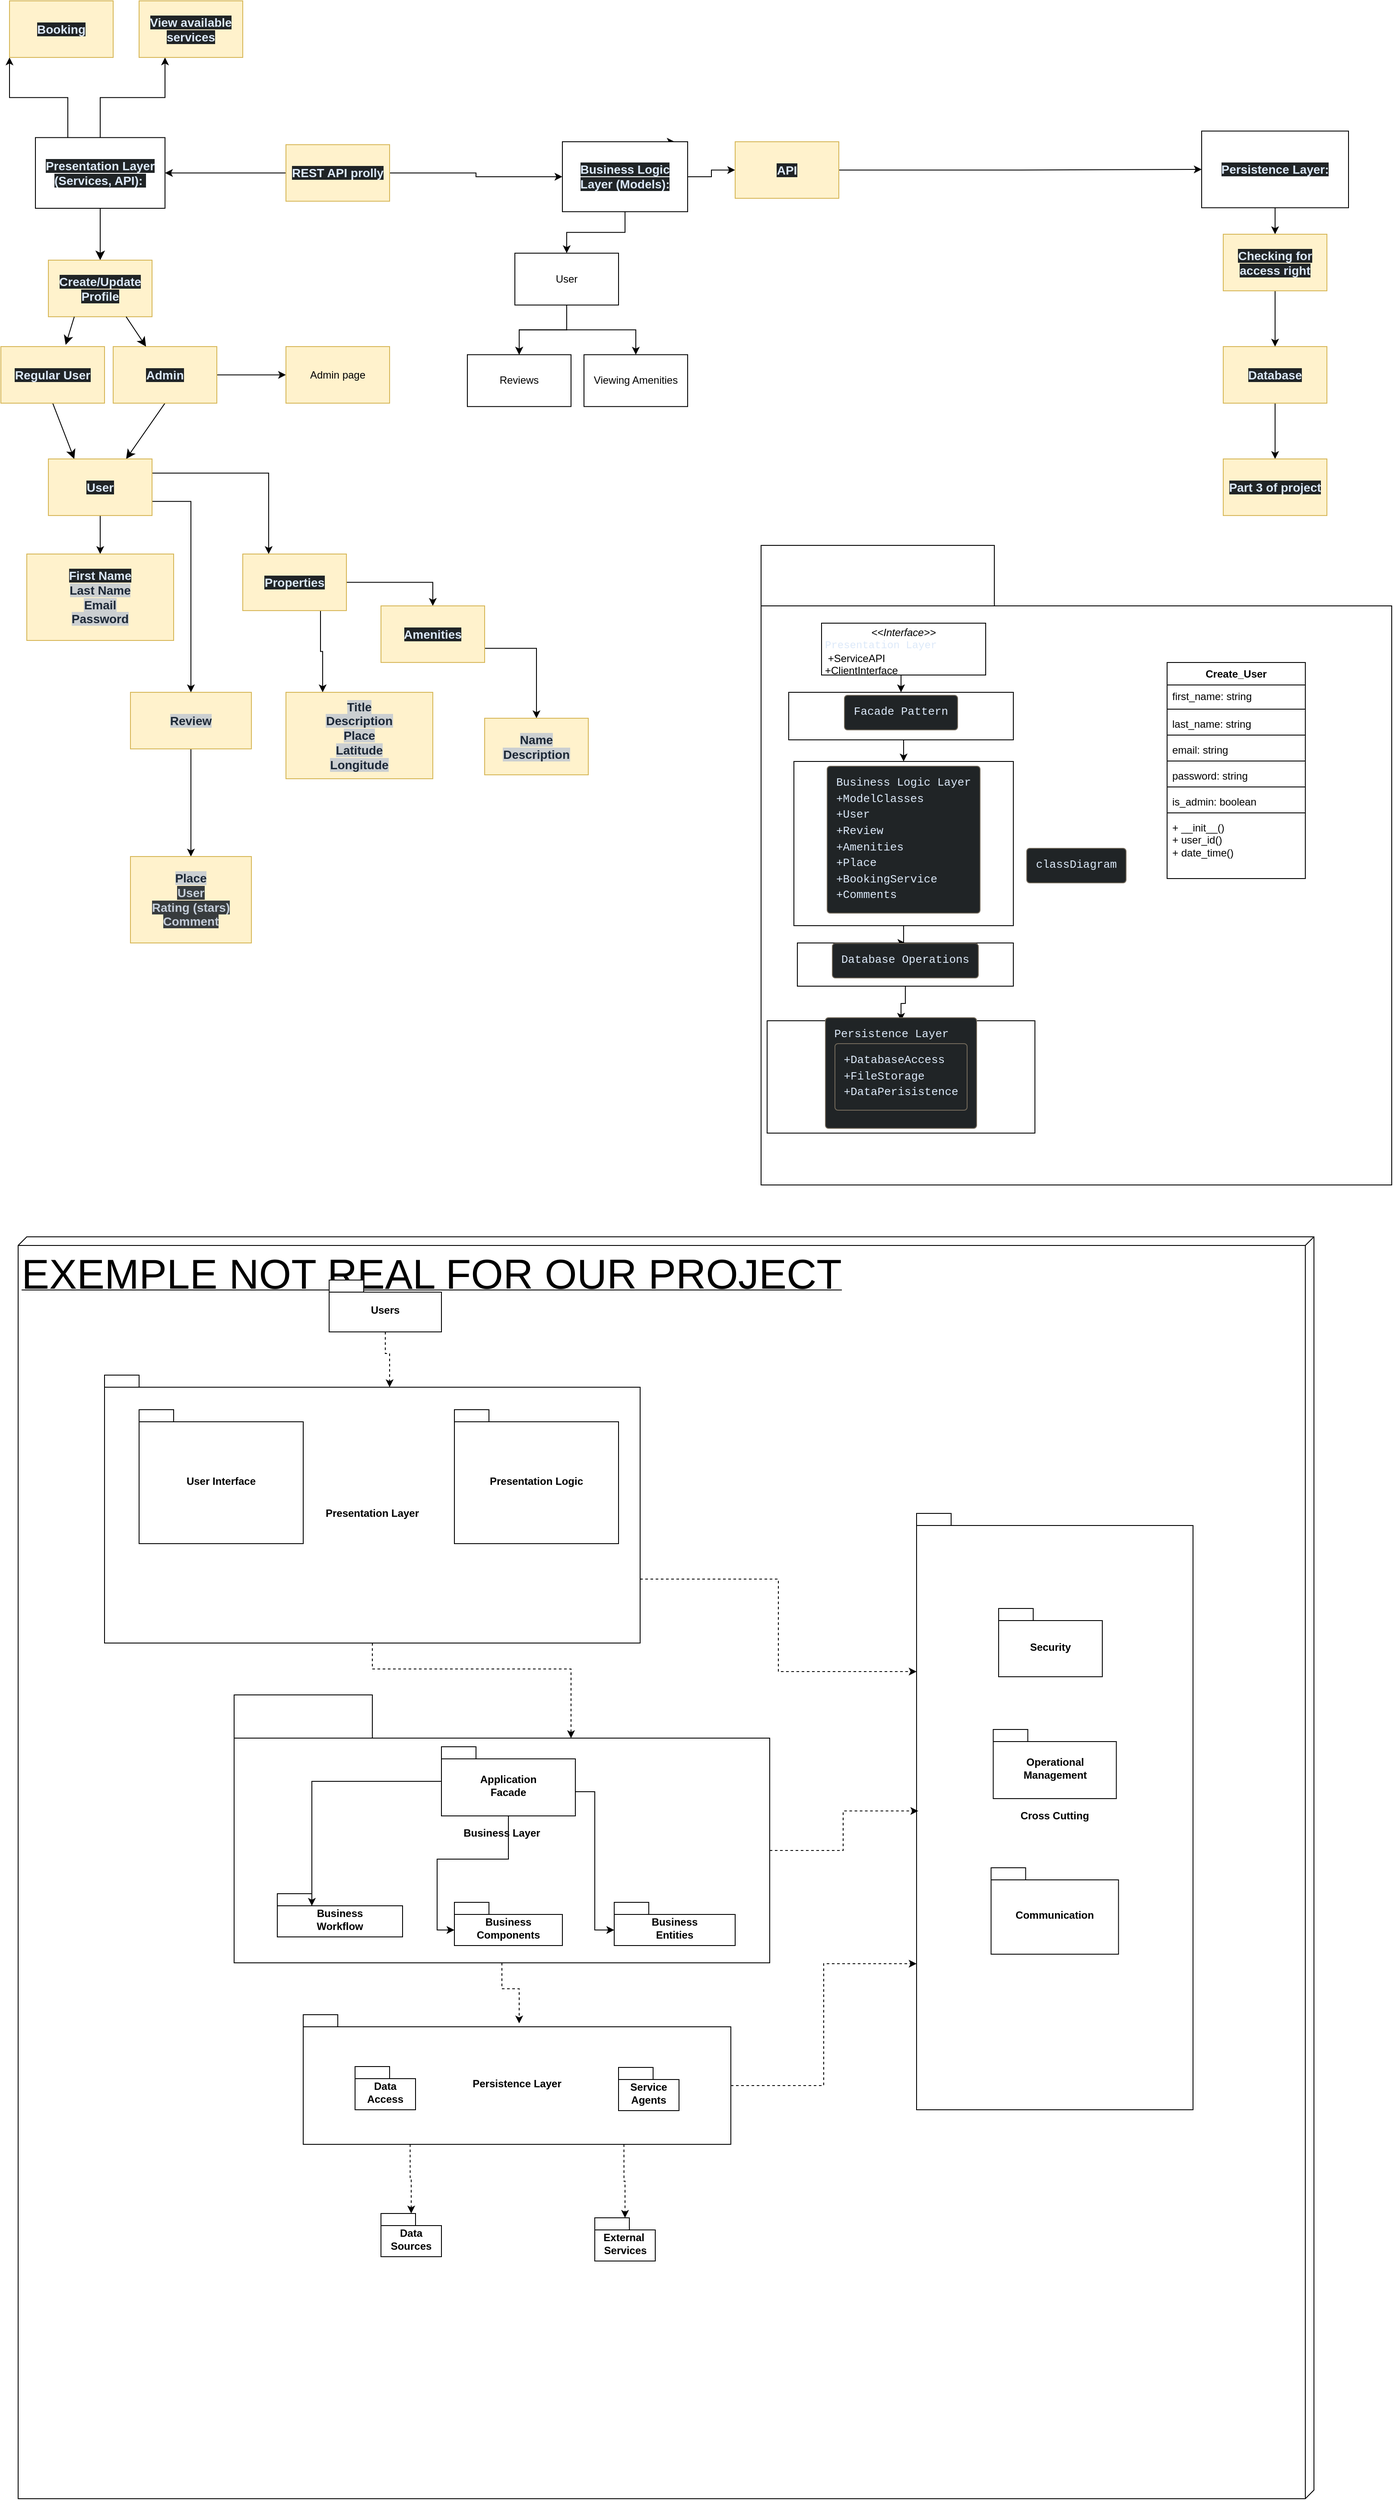
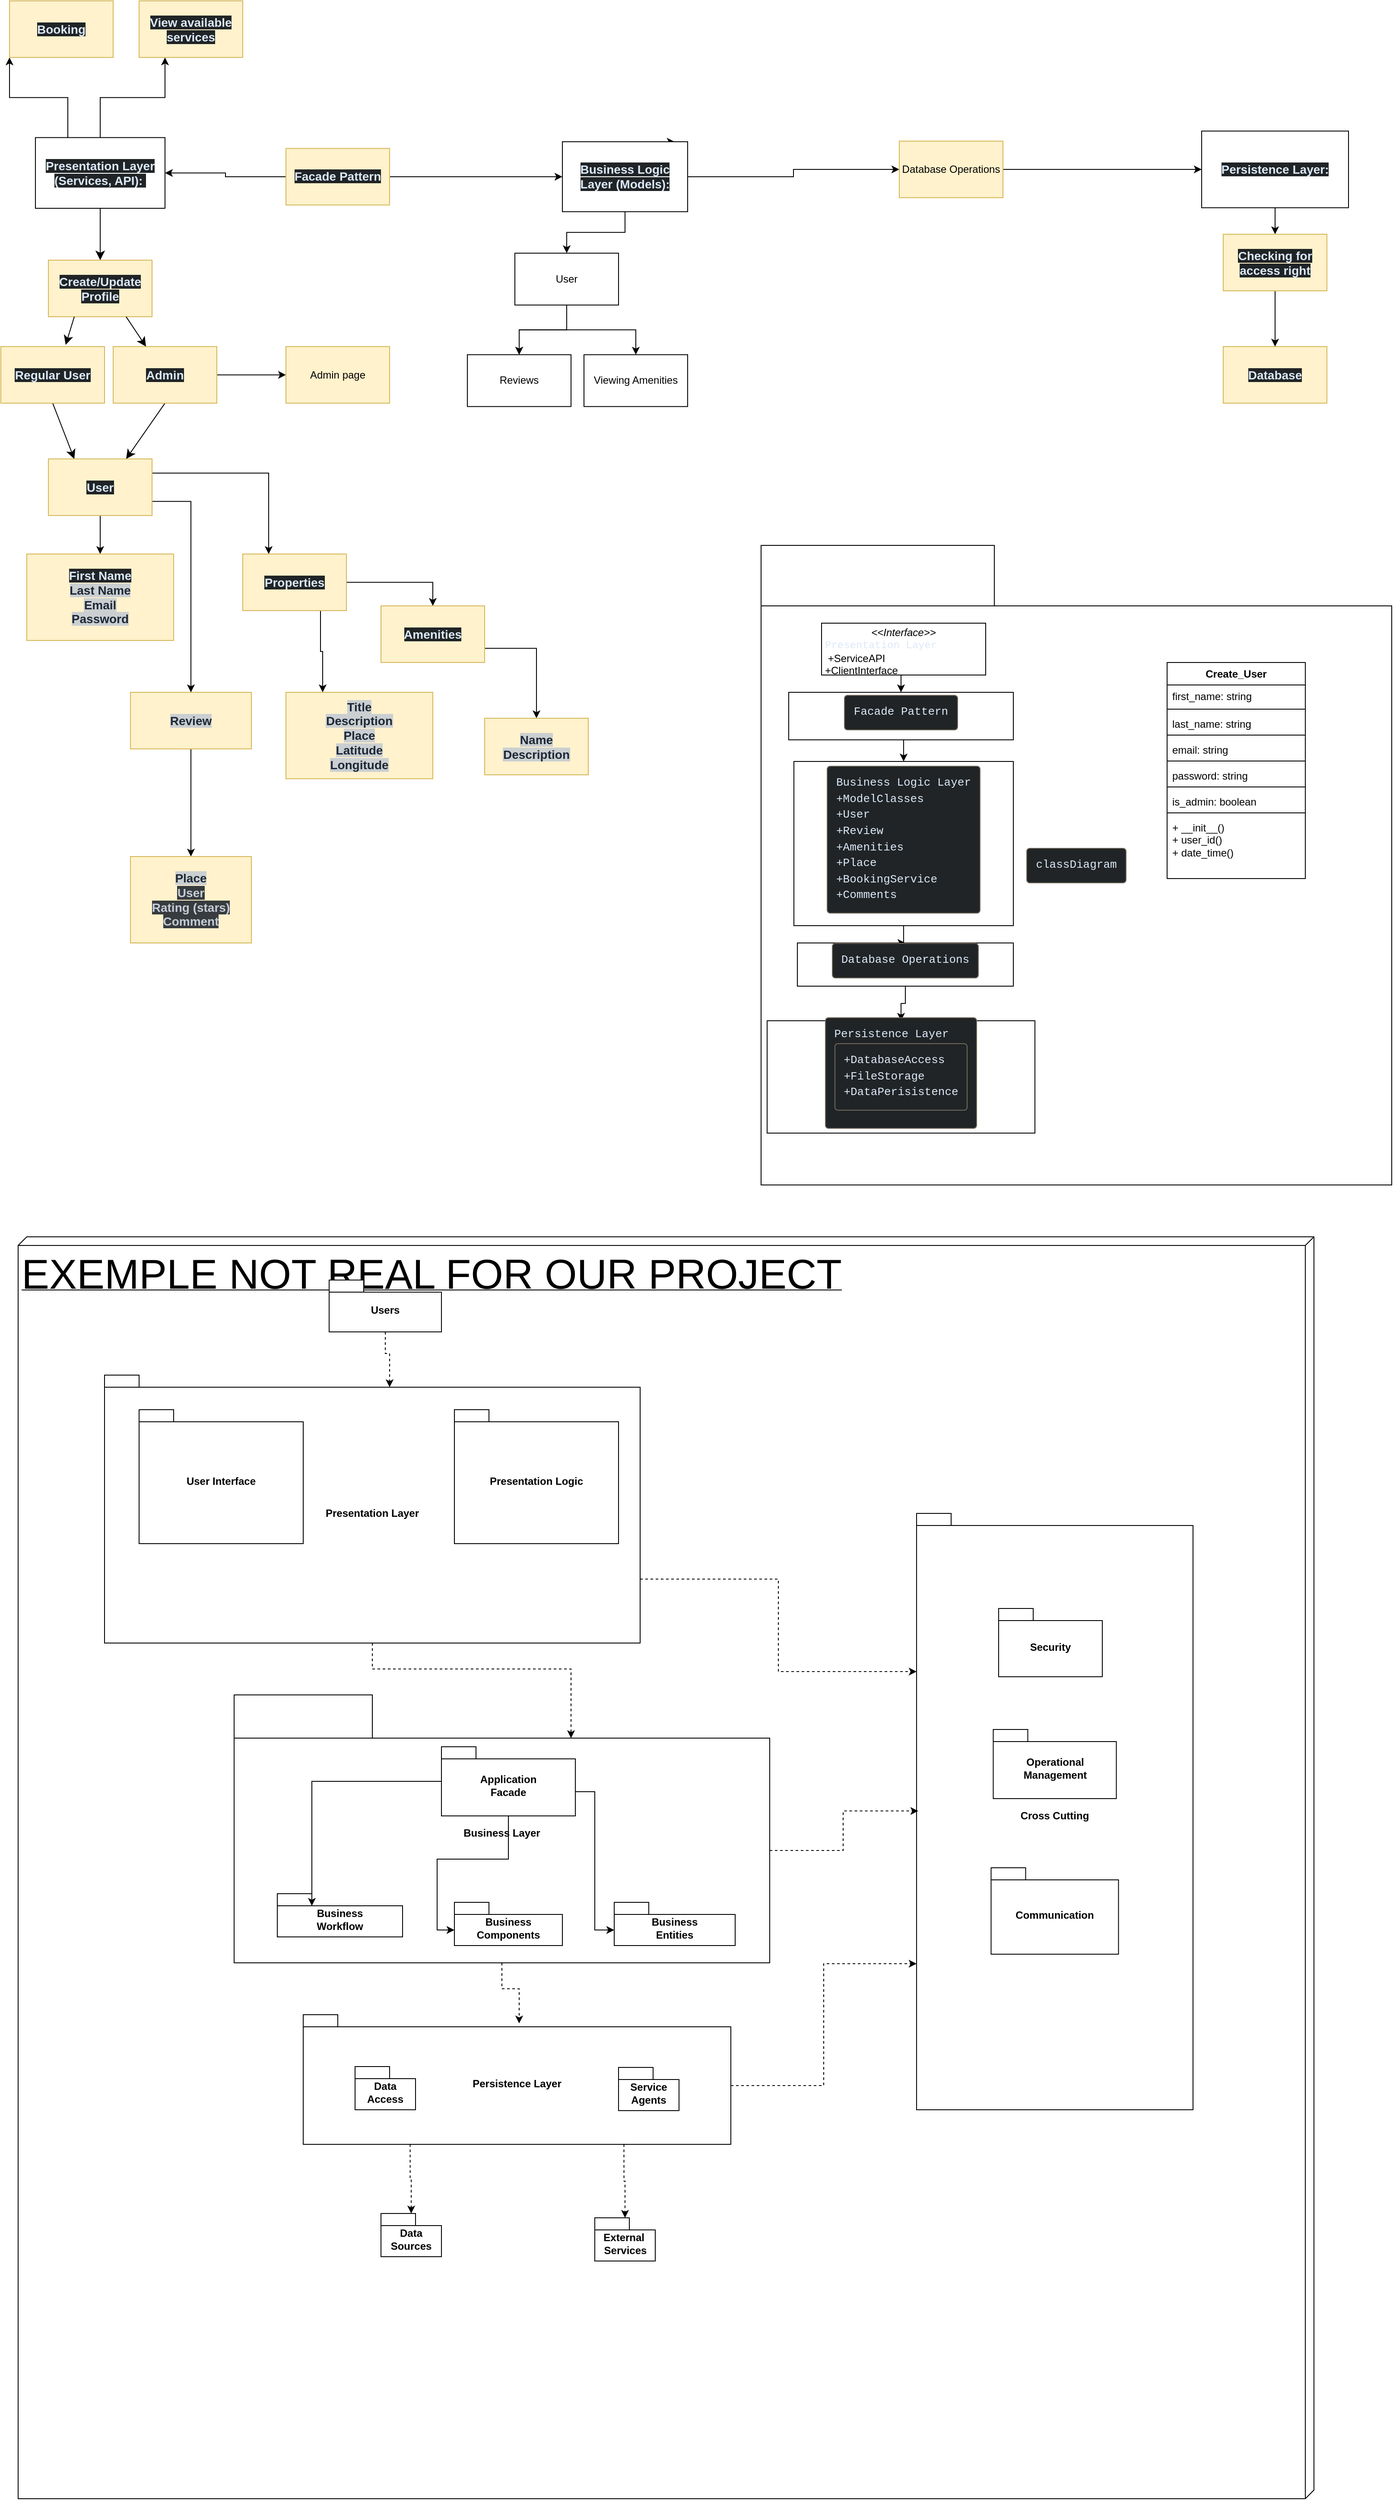
<mxfile host="app.diagrams.net">
  <diagram name="Page-1" id="-YqvBdWR7zro55ob8_1u">
-     <mxGraphModel dx="2511" dy="1367" grid="1" gridSize="10" guides="1" tooltips="1" connect="1" arrows="1" fold="1" page="1" pageScale="1" pageWidth="850" pageHeight="1100" math="0" shadow="0">
+     <mxGraphModel dx="1704" dy="840" grid="1" gridSize="10" guides="1" tooltips="1" connect="1" arrows="1" fold="1" page="1" pageScale="1" pageWidth="850" pageHeight="1100" math="0" shadow="0">
      <root>
        <mxCell id="0" />
        <mxCell id="1" parent="0" />
        <mxCell id="ak4_qq2vWhMhYVfdcJaX-1" parent="1" style="verticalAlign=top;align=left;spacingTop=8;spacingLeft=2;spacingRight=12;shape=cube;size=10;direction=south;fontStyle=4;html=1;whiteSpace=wrap;" value="&lt;font style=&quot;font-size: 48px;&quot;&gt;EXEMPLE NOT REAL FOR OUR PROJECT&lt;/font&gt;" vertex="1">
          <mxGeometry height="1460" width="1500" x="20" y="1530" as="geometry" />
        </mxCell>
        <mxCell id="Xk1fa7zEFvqhqLaLLcKz-15" parent="1" style="shape=folder;fontStyle=1;spacingTop=10;tabWidth=270;tabHeight=70;tabPosition=left;html=1;whiteSpace=wrap;" value="&lt;pre style=&quot;box-sizing: border-box; overflow: auto; font-family: Menlo, Monaco, Consolas, &amp;quot;Courier New&amp;quot;, monospace; font-size: 13px; margin: 0px 0px 10px; line-height: 1.42857; color: rgb(220, 233, 249); word-break: break-all; overflow-wrap: break-word; border-width: 1px; border-style: solid; border-image: initial; scrollbar-color: rgb(95, 99, 104) rgb(49, 54, 60); font-weight: 400; text-align: start; padding: 10px !important; background-color: rgb(32, 36, 38) !important; border-color: rgb(114, 105, 91) !important; border-radius: 4px !important;&quot;&gt;&lt;code class=&quot;mermaid language-mermaid&quot; style=&quot;box-sizing: border-box; font-family: Menlo, Monaco, Consolas, &amp;quot;Courier New&amp;quot;, monospace; font-size: inherit; padding: 0px; border-radius: 0px; white-space: pre-wrap; scrollbar-color: rgb(95, 99, 104) rgb(49, 54, 60); background-color: transparent !important;&quot;&gt;classDiagram&lt;/code&gt;&lt;/pre&gt;" vertex="1">
          <mxGeometry height="740" width="730" x="880" y="730" as="geometry" />
        </mxCell>
        <mxCell id="knfjWByLyRWuwcYY4K55-11" edge="1" parent="1" source="hUDn5ZNKDxH-Q9J3WyCt-1" style="edgeStyle=none;curved=1;rounded=0;orthogonalLoop=1;jettySize=auto;html=1;exitX=0.5;exitY=1;exitDx=0;exitDy=0;fontSize=12;startSize=8;endSize=8;" target="knfjWByLyRWuwcYY4K55-1">
          <mxGeometry relative="1" as="geometry" />
        </mxCell>
        <mxCell id="nrL1aRvaP8A3k5mvhdIb-1" edge="1" parent="1" source="hUDn5ZNKDxH-Q9J3WyCt-1" style="edgeStyle=orthogonalEdgeStyle;rounded=0;orthogonalLoop=1;jettySize=auto;html=1;exitX=0.25;exitY=0;exitDx=0;exitDy=0;entryX=0;entryY=1;entryDx=0;entryDy=0;" target="nDmQYND_-jVZAFU5oeKq-2">
          <mxGeometry relative="1" as="geometry" />
        </mxCell>
        <mxCell id="nrL1aRvaP8A3k5mvhdIb-2" edge="1" parent="1" source="hUDn5ZNKDxH-Q9J3WyCt-1" style="edgeStyle=orthogonalEdgeStyle;rounded=0;orthogonalLoop=1;jettySize=auto;html=1;exitX=0.5;exitY=0;exitDx=0;exitDy=0;entryX=0.25;entryY=1;entryDx=0;entryDy=0;" target="nDmQYND_-jVZAFU5oeKq-3">
          <mxGeometry relative="1" as="geometry" />
        </mxCell>
        <mxCell id="hUDn5ZNKDxH-Q9J3WyCt-1" parent="1" style="rounded=0;whiteSpace=wrap;html=1;" value="&lt;strong style=&quot;box-sizing: border-box; font-weight: bold; scrollbar-color: rgb(95, 99, 104) rgb(49, 54, 60); color: rgb(220, 233, 249); font-family: aktiv-grotesk, sans-serif; font-size: 14px; text-align: start; background-color: rgb(32, 36, 38);&quot;&gt;Presentation Layer (Services, API):&lt;/strong&gt;&lt;span style=&quot;color: rgb(220, 233, 249); font-family: aktiv-grotesk, sans-serif; font-size: 14px; text-align: start; background-color: rgb(32, 36, 38);&quot;&gt;&amp;nbsp;&lt;/span&gt;" vertex="1">
          <mxGeometry height="81.82" width="150" x="40" y="258.18" as="geometry" />
        </mxCell>
        <mxCell id="nrL1aRvaP8A3k5mvhdIb-28" edge="1" parent="1" source="hUDn5ZNKDxH-Q9J3WyCt-2" style="edgeStyle=orthogonalEdgeStyle;rounded=0;orthogonalLoop=1;jettySize=auto;html=1;exitX=0.75;exitY=0;exitDx=0;exitDy=0;">
          <mxGeometry relative="1" as="geometry">
            <mxPoint x="780" y="262.92" as="targetPoint" />
          </mxGeometry>
        </mxCell>
        <mxCell id="nrL1aRvaP8A3k5mvhdIb-29" edge="1" parent="1" source="hUDn5ZNKDxH-Q9J3WyCt-2" style="edgeStyle=orthogonalEdgeStyle;rounded=0;orthogonalLoop=1;jettySize=auto;html=1;exitX=1;exitY=0.5;exitDx=0;exitDy=0;entryX=0;entryY=0.5;entryDx=0;entryDy=0;" target="nrL1aRvaP8A3k5mvhdIb-25">
          <mxGeometry relative="1" as="geometry" />
        </mxCell>
        <mxCell id="IQe30unK_AcWwb2UXMVU-2" edge="1" parent="1" source="hUDn5ZNKDxH-Q9J3WyCt-2" style="edgeStyle=orthogonalEdgeStyle;rounded=0;orthogonalLoop=1;jettySize=auto;html=1;" target="IQe30unK_AcWwb2UXMVU-1" value="">
          <mxGeometry relative="1" as="geometry" />
        </mxCell>
        <mxCell id="hUDn5ZNKDxH-Q9J3WyCt-2" parent="1" style="rounded=0;whiteSpace=wrap;html=1;" value="&lt;strong style=&quot;box-sizing: border-box; font-weight: bold; scrollbar-color: rgb(95, 99, 104) rgb(49, 54, 60); color: rgb(220, 233, 249); font-family: aktiv-grotesk, sans-serif; font-size: 14px; text-align: start; background-color: rgb(32, 36, 38);&quot;&gt;Business Logic Layer (Models):&lt;/strong&gt;" vertex="1">
          <mxGeometry height="80.93" width="145" x="650" y="262.99" as="geometry" />
        </mxCell>
        <mxCell id="lqWkxY9uZ9eT4ogvRrYx-3" edge="1" parent="1" source="hUDn5ZNKDxH-Q9J3WyCt-3" style="edgeStyle=orthogonalEdgeStyle;rounded=0;orthogonalLoop=1;jettySize=auto;html=1;exitX=0.5;exitY=1;exitDx=0;exitDy=0;entryX=0.5;entryY=0;entryDx=0;entryDy=0;" target="lqWkxY9uZ9eT4ogvRrYx-2">
          <mxGeometry relative="1" as="geometry" />
        </mxCell>
        <mxCell id="hUDn5ZNKDxH-Q9J3WyCt-3" parent="1" style="rounded=0;whiteSpace=wrap;html=1;" value="&lt;strong style=&quot;box-sizing: border-box; font-weight: bold; scrollbar-color: rgb(95, 99, 104) rgb(49, 54, 60); color: rgb(220, 233, 249); font-family: aktiv-grotesk, sans-serif; font-size: 14px; text-align: start; background-color: rgb(32, 36, 38);&quot;&gt;Persistence Layer:&lt;/strong&gt;" vertex="1">
          <mxGeometry height="88.7" width="170" x="1390" y="250.65" as="geometry" />
        </mxCell>
        <mxCell id="nDmQYND_-jVZAFU5oeKq-2" parent="1" style="rounded=0;whiteSpace=wrap;html=1;fillColor=#fff2cc;strokeColor=#d6b656;" value="&lt;div style=&quot;text-align: start;&quot;&gt;&lt;font color=&quot;#dce9f9&quot; face=&quot;aktiv-grotesk, sans-serif&quot;&gt;&lt;span style=&quot;font-size: 14px; background-color: rgb(32, 36, 38);&quot;&gt;&lt;b&gt;Booking&lt;/b&gt;&lt;/span&gt;&lt;/font&gt;&lt;/div&gt;" vertex="1">
          <mxGeometry height="65.46" width="120" x="10" y="100" as="geometry" />
        </mxCell>
        <mxCell id="nDmQYND_-jVZAFU5oeKq-3" parent="1" style="rounded=0;whiteSpace=wrap;html=1;align=center;fillColor=#fff2cc;strokeColor=#d6b656;" value="&lt;div style=&quot;&quot;&gt;&lt;font color=&quot;#dce9f9&quot; face=&quot;aktiv-grotesk, sans-serif&quot;&gt;&lt;span style=&quot;font-size: 14px; background-color: rgb(32, 36, 38);&quot;&gt;&lt;b&gt;View available services&lt;/b&gt;&lt;/span&gt;&lt;/font&gt;&lt;/div&gt;" vertex="1">
          <mxGeometry height="65.46" width="120" x="160" y="100.00000000000003" as="geometry" />
        </mxCell>
        <mxCell id="bphd-XHS044pXj_6YrF3-2" edge="1" parent="1" source="nDmQYND_-jVZAFU5oeKq-4" style="edgeStyle=orthogonalEdgeStyle;rounded=0;orthogonalLoop=1;jettySize=auto;html=1;exitX=0.5;exitY=1;exitDx=0;exitDy=0;entryX=0.5;entryY=0;entryDx=0;entryDy=0;" target="bphd-XHS044pXj_6YrF3-1">
          <mxGeometry relative="1" as="geometry" />
        </mxCell>
        <mxCell id="nDmQYND_-jVZAFU5oeKq-4" parent="1" style="rounded=0;whiteSpace=wrap;html=1;align=center;fillColor=#fff2cc;strokeColor=#d6b656;" value="&lt;div style=&quot;&quot;&gt;&lt;font color=&quot;#1d2836&quot; face=&quot;aktiv-grotesk, sans-serif&quot;&gt;&lt;span style=&quot;font-size: 14px; background-color: rgb(203, 207, 209);&quot;&gt;&lt;b&gt;Review&lt;/b&gt;&lt;/span&gt;&lt;/font&gt;&lt;/div&gt;" vertex="1">
          <mxGeometry height="65.46" width="140" x="150" y="900" as="geometry" />
        </mxCell>
        <mxCell id="knfjWByLyRWuwcYY4K55-1" parent="1" style="rounded=0;whiteSpace=wrap;html=1;align=center;fillColor=#fff2cc;strokeColor=#d6b656;" value="&lt;div style=&quot;&quot;&gt;&lt;font color=&quot;#dce9f9&quot; face=&quot;aktiv-grotesk, sans-serif&quot;&gt;&lt;span style=&quot;font-size: 14px; background-color: rgb(32, 36, 38);&quot;&gt;&lt;b&gt;Create/Update Profile&lt;/b&gt;&lt;/span&gt;&lt;/font&gt;&lt;/div&gt;" vertex="1">
          <mxGeometry height="65.46" width="120" x="55" y="400" as="geometry" />
        </mxCell>
        <mxCell id="knfjWByLyRWuwcYY4K55-12" edge="1" parent="1" source="knfjWByLyRWuwcYY4K55-3" style="edgeStyle=none;curved=1;rounded=0;orthogonalLoop=1;jettySize=auto;html=1;exitX=0.5;exitY=1;exitDx=0;exitDy=0;entryX=0.25;entryY=0;entryDx=0;entryDy=0;fontSize=12;startSize=8;endSize=8;" target="knfjWByLyRWuwcYY4K55-7">
          <mxGeometry relative="1" as="geometry" />
        </mxCell>
        <mxCell id="knfjWByLyRWuwcYY4K55-3" parent="1" style="rounded=0;whiteSpace=wrap;html=1;align=center;fillColor=#fff2cc;strokeColor=#d6b656;" value="&lt;div style=&quot;&quot;&gt;&lt;font color=&quot;#dce9f9&quot; face=&quot;aktiv-grotesk, sans-serif&quot;&gt;&lt;span style=&quot;font-size: 14px; background-color: rgb(32, 36, 38);&quot;&gt;&lt;b&gt;Regular User&lt;/b&gt;&lt;/span&gt;&lt;/font&gt;&lt;/div&gt;" vertex="1">
          <mxGeometry height="65.46" width="120" y="500" as="geometry" />
        </mxCell>
        <mxCell id="knfjWByLyRWuwcYY4K55-13" edge="1" parent="1" source="knfjWByLyRWuwcYY4K55-4" style="edgeStyle=none;curved=1;rounded=0;orthogonalLoop=1;jettySize=auto;html=1;exitX=0.5;exitY=1;exitDx=0;exitDy=0;entryX=0.75;entryY=0;entryDx=0;entryDy=0;fontSize=12;startSize=8;endSize=8;" target="knfjWByLyRWuwcYY4K55-7">
          <mxGeometry relative="1" as="geometry" />
        </mxCell>
        <mxCell id="aWwyGlZGmxZRMDZtTTIC-5" edge="1" parent="1" source="knfjWByLyRWuwcYY4K55-4" style="edgeStyle=orthogonalEdgeStyle;rounded=0;orthogonalLoop=1;jettySize=auto;html=1;" target="aWwyGlZGmxZRMDZtTTIC-4" value="">
          <mxGeometry relative="1" as="geometry" />
        </mxCell>
        <mxCell id="knfjWByLyRWuwcYY4K55-4" parent="1" style="rounded=0;whiteSpace=wrap;html=1;align=center;fillColor=#fff2cc;strokeColor=#d6b656;" value="&lt;div style=&quot;&quot;&gt;&lt;font color=&quot;#dce9f9&quot; face=&quot;aktiv-grotesk, sans-serif&quot;&gt;&lt;span style=&quot;font-size: 14px; background-color: rgb(32, 36, 38);&quot;&gt;&lt;b&gt;Admin&lt;/b&gt;&lt;/span&gt;&lt;/font&gt;&lt;/div&gt;" vertex="1">
          <mxGeometry height="65.46" width="120" x="130" y="500" as="geometry" />
        </mxCell>
        <mxCell id="knfjWByLyRWuwcYY4K55-5" edge="1" parent="1" source="knfjWByLyRWuwcYY4K55-1" style="edgeStyle=none;curved=1;rounded=0;orthogonalLoop=1;jettySize=auto;html=1;exitX=0.25;exitY=1;exitDx=0;exitDy=0;entryX=0.625;entryY=-0.031;entryDx=0;entryDy=0;entryPerimeter=0;fontSize=12;startSize=8;endSize=8;" target="knfjWByLyRWuwcYY4K55-3">
          <mxGeometry relative="1" as="geometry" />
        </mxCell>
        <mxCell id="knfjWByLyRWuwcYY4K55-6" edge="1" parent="1" source="knfjWByLyRWuwcYY4K55-1" style="edgeStyle=none;curved=1;rounded=0;orthogonalLoop=1;jettySize=auto;html=1;exitX=0.75;exitY=1;exitDx=0;exitDy=0;entryX=0.317;entryY=0;entryDx=0;entryDy=0;entryPerimeter=0;fontSize=12;startSize=8;endSize=8;" target="knfjWByLyRWuwcYY4K55-4">
          <mxGeometry relative="1" as="geometry" />
        </mxCell>
        <mxCell id="nrL1aRvaP8A3k5mvhdIb-16" edge="1" parent="1" source="knfjWByLyRWuwcYY4K55-7" style="edgeStyle=orthogonalEdgeStyle;rounded=0;orthogonalLoop=1;jettySize=auto;html=1;exitX=0.5;exitY=1;exitDx=0;exitDy=0;entryX=0.5;entryY=0;entryDx=0;entryDy=0;" target="nrL1aRvaP8A3k5mvhdIb-10">
          <mxGeometry relative="1" as="geometry" />
        </mxCell>
        <mxCell id="nrL1aRvaP8A3k5mvhdIb-18" edge="1" parent="1" source="knfjWByLyRWuwcYY4K55-7" style="edgeStyle=orthogonalEdgeStyle;rounded=0;orthogonalLoop=1;jettySize=auto;html=1;exitX=1;exitY=0.75;exitDx=0;exitDy=0;entryX=0.5;entryY=0;entryDx=0;entryDy=0;" target="nDmQYND_-jVZAFU5oeKq-4">
          <mxGeometry relative="1" as="geometry" />
        </mxCell>
        <mxCell id="nrL1aRvaP8A3k5mvhdIb-19" edge="1" parent="1" source="knfjWByLyRWuwcYY4K55-7" style="edgeStyle=orthogonalEdgeStyle;rounded=0;orthogonalLoop=1;jettySize=auto;html=1;exitX=1;exitY=0.25;exitDx=0;exitDy=0;entryX=0.25;entryY=0;entryDx=0;entryDy=0;" target="nrL1aRvaP8A3k5mvhdIb-3">
          <mxGeometry relative="1" as="geometry" />
        </mxCell>
        <mxCell id="knfjWByLyRWuwcYY4K55-7" parent="1" style="rounded=0;whiteSpace=wrap;html=1;align=center;fillColor=#fff2cc;strokeColor=#d6b656;" value="&lt;div style=&quot;&quot;&gt;&lt;font color=&quot;#dce9f9&quot; face=&quot;aktiv-grotesk, sans-serif&quot;&gt;&lt;span style=&quot;font-size: 14px; background-color: rgb(32, 36, 38);&quot;&gt;&lt;b&gt;User&lt;/b&gt;&lt;/span&gt;&lt;/font&gt;&lt;/div&gt;" vertex="1">
          <mxGeometry height="65.46" width="120" x="55" y="630" as="geometry" />
        </mxCell>
-         <mxCell id="lqWkxY9uZ9eT4ogvRrYx-5" edge="1" parent="1" source="knfjWByLyRWuwcYY4K55-9" style="edgeStyle=orthogonalEdgeStyle;rounded=0;orthogonalLoop=1;jettySize=auto;html=1;entryX=0.5;entryY=0;entryDx=0;entryDy=0;" target="knfjWByLyRWuwcYY4K55-14">
-           <mxGeometry relative="1" as="geometry" />
-         </mxCell>
        <mxCell id="knfjWByLyRWuwcYY4K55-9" parent="1" style="rounded=0;whiteSpace=wrap;html=1;align=center;fillColor=#fff2cc;strokeColor=#d6b656;" value="&lt;div style=&quot;&quot;&gt;&lt;font color=&quot;#dce9f9&quot; face=&quot;aktiv-grotesk, sans-serif&quot;&gt;&lt;span style=&quot;font-size: 14px; background-color: rgb(32, 36, 38);&quot;&gt;&lt;b&gt;Database&lt;/b&gt;&lt;/span&gt;&lt;/font&gt;&lt;/div&gt;" vertex="1">
          <mxGeometry height="65.46" width="120" x="1415" y="500.00000000000006" as="geometry" />
        </mxCell>
-         <mxCell id="knfjWByLyRWuwcYY4K55-14" parent="1" style="rounded=0;whiteSpace=wrap;html=1;align=center;fillColor=#fff2cc;strokeColor=#d6b656;" value="&lt;div style=&quot;&quot;&gt;&lt;font color=&quot;#dce9f9&quot; face=&quot;aktiv-grotesk, sans-serif&quot;&gt;&lt;span style=&quot;font-size: 14px; background-color: rgb(32, 36, 38);&quot;&gt;&lt;b&gt;Part 3 of project&lt;/b&gt;&lt;/span&gt;&lt;/font&gt;&lt;/div&gt;" vertex="1">
-           <mxGeometry height="65.46" width="120" x="1415" y="630" as="geometry" />
-         </mxCell>
        <mxCell id="bphd-XHS044pXj_6YrF3-3" edge="1" parent="1" source="nrL1aRvaP8A3k5mvhdIb-3" style="edgeStyle=orthogonalEdgeStyle;rounded=0;orthogonalLoop=1;jettySize=auto;html=1;exitX=0.75;exitY=1;exitDx=0;exitDy=0;entryX=0.25;entryY=0;entryDx=0;entryDy=0;" target="nrL1aRvaP8A3k5mvhdIb-20">
          <mxGeometry relative="1" as="geometry">
            <mxPoint x="370.11764705882365" y="910" as="targetPoint" />
          </mxGeometry>
        </mxCell>
        <mxCell id="bphd-XHS044pXj_6YrF3-10" edge="1" parent="1" source="nrL1aRvaP8A3k5mvhdIb-3" style="edgeStyle=orthogonalEdgeStyle;rounded=0;orthogonalLoop=1;jettySize=auto;html=1;exitX=1;exitY=0.5;exitDx=0;exitDy=0;entryX=0.5;entryY=0;entryDx=0;entryDy=0;" target="bphd-XHS044pXj_6YrF3-9">
          <mxGeometry relative="1" as="geometry" />
        </mxCell>
        <mxCell id="nrL1aRvaP8A3k5mvhdIb-3" parent="1" style="rounded=0;whiteSpace=wrap;html=1;align=center;fillColor=#fff2cc;strokeColor=#d6b656;" value="&lt;div style=&quot;&quot;&gt;&lt;font color=&quot;#dce9f9&quot; face=&quot;aktiv-grotesk, sans-serif&quot;&gt;&lt;span style=&quot;font-size: 14px; background-color: rgb(32, 36, 38);&quot;&gt;&lt;b&gt;Properties&lt;/b&gt;&lt;/span&gt;&lt;/font&gt;&lt;/div&gt;" vertex="1">
          <mxGeometry height="65.46" width="120" x="280" y="740" as="geometry" />
        </mxCell>
        <mxCell id="nrL1aRvaP8A3k5mvhdIb-10" parent="1" style="rounded=0;whiteSpace=wrap;html=1;align=center;fillColor=#fff2cc;strokeColor=#d6b656;" value="&lt;div style=&quot;&quot;&gt;&lt;font color=&quot;#dce9f9&quot; face=&quot;aktiv-grotesk, sans-serif&quot;&gt;&lt;span style=&quot;font-size: 14px; background-color: rgb(32, 36, 38);&quot;&gt;&lt;b&gt;First Name&lt;/b&gt;&lt;/span&gt;&lt;/font&gt;&lt;/div&gt;&lt;div style=&quot;&quot;&gt;&lt;font color=&quot;#1d2836&quot; face=&quot;aktiv-grotesk, sans-serif&quot;&gt;&lt;span style=&quot;font-size: 14px; background-color: rgb(203, 207, 209);&quot;&gt;&lt;b&gt;Last Name&lt;/b&gt;&lt;/span&gt;&lt;/font&gt;&lt;/div&gt;&lt;div style=&quot;&quot;&gt;&lt;font color=&quot;#1d2836&quot; face=&quot;aktiv-grotesk, sans-serif&quot;&gt;&lt;span style=&quot;font-size: 14px; background-color: rgb(203, 207, 209);&quot;&gt;&lt;b&gt;Email&lt;/b&gt;&lt;/span&gt;&lt;/font&gt;&lt;/div&gt;&lt;div style=&quot;&quot;&gt;&lt;font color=&quot;#1d2836&quot; face=&quot;aktiv-grotesk, sans-serif&quot;&gt;&lt;span style=&quot;font-size: 14px; background-color: rgb(203, 207, 209);&quot;&gt;&lt;b&gt;Password&lt;/b&gt;&lt;/span&gt;&lt;/font&gt;&lt;/div&gt;" vertex="1">
          <mxGeometry height="100" width="170" x="30" y="740" as="geometry" />
        </mxCell>
        <mxCell id="nrL1aRvaP8A3k5mvhdIb-20" parent="1" style="rounded=0;whiteSpace=wrap;html=1;align=center;fillColor=#fff2cc;strokeColor=#d6b656;" value="&lt;div style=&quot;&quot;&gt;&lt;font color=&quot;#1d2836&quot; face=&quot;aktiv-grotesk, sans-serif&quot;&gt;&lt;span style=&quot;font-size: 14px; background-color: rgb(203, 207, 209);&quot;&gt;&lt;b&gt;Title&lt;/b&gt;&lt;/span&gt;&lt;/font&gt;&lt;/div&gt;&lt;div style=&quot;&quot;&gt;&lt;font color=&quot;#1d2836&quot; face=&quot;aktiv-grotesk, sans-serif&quot;&gt;&lt;span style=&quot;font-size: 14px; background-color: rgb(203, 207, 209);&quot;&gt;&lt;b&gt;Description&lt;/b&gt;&lt;/span&gt;&lt;/font&gt;&lt;/div&gt;&lt;div style=&quot;&quot;&gt;&lt;font color=&quot;#1d2836&quot; face=&quot;aktiv-grotesk, sans-serif&quot;&gt;&lt;span style=&quot;font-size: 14px; background-color: rgb(203, 207, 209);&quot;&gt;&lt;b&gt;Place&lt;/b&gt;&lt;/span&gt;&lt;/font&gt;&lt;/div&gt;&lt;div style=&quot;&quot;&gt;&lt;font color=&quot;#1d2836&quot; face=&quot;aktiv-grotesk, sans-serif&quot;&gt;&lt;span style=&quot;font-size: 14px; background-color: rgb(203, 207, 209);&quot;&gt;&lt;b&gt;Latitude&lt;/b&gt;&lt;/span&gt;&lt;/font&gt;&lt;/div&gt;&lt;div style=&quot;&quot;&gt;&lt;font color=&quot;#1d2836&quot; face=&quot;aktiv-grotesk, sans-serif&quot;&gt;&lt;span style=&quot;font-size: 14px; background-color: rgb(203, 207, 209);&quot;&gt;&lt;b&gt;Longitude&lt;/b&gt;&lt;/span&gt;&lt;/font&gt;&lt;/div&gt;" vertex="1">
          <mxGeometry height="100" width="170" x="330" y="900" as="geometry" />
        </mxCell>
        <mxCell id="nrL1aRvaP8A3k5mvhdIb-26" edge="1" parent="1" source="nrL1aRvaP8A3k5mvhdIb-24" style="edgeStyle=orthogonalEdgeStyle;rounded=0;orthogonalLoop=1;jettySize=auto;html=1;exitX=1;exitY=0.5;exitDx=0;exitDy=0;" target="hUDn5ZNKDxH-Q9J3WyCt-2">
          <mxGeometry relative="1" as="geometry">
            <mxPoint x="610" y="299.5700000000001" as="sourcePoint" />
          </mxGeometry>
        </mxCell>
        <mxCell id="nrL1aRvaP8A3k5mvhdIb-27" edge="1" parent="1" source="nrL1aRvaP8A3k5mvhdIb-24" style="edgeStyle=orthogonalEdgeStyle;rounded=0;orthogonalLoop=1;jettySize=auto;html=1;exitX=0;exitY=0.5;exitDx=0;exitDy=0;entryX=1;entryY=0.5;entryDx=0;entryDy=0;" target="hUDn5ZNKDxH-Q9J3WyCt-1">
          <mxGeometry relative="1" as="geometry" />
        </mxCell>
-         <mxCell id="nrL1aRvaP8A3k5mvhdIb-24" parent="1" style="rounded=0;whiteSpace=wrap;html=1;align=center;fillColor=#fff2cc;strokeColor=#d6b656;" value="&lt;div style=&quot;&quot;&gt;&lt;font color=&quot;#dce9f9&quot; face=&quot;aktiv-grotesk, sans-serif&quot;&gt;&lt;span style=&quot;font-size: 14px; background-color: rgb(32, 36, 38);&quot;&gt;&lt;b&gt;REST API prolly&lt;/b&gt;&lt;/span&gt;&lt;/font&gt;&lt;/div&gt;" vertex="1">
-           <mxGeometry height="65.46" width="120" x="330" y="266.35999999999996" as="geometry" />
+         <mxCell id="nrL1aRvaP8A3k5mvhdIb-24" parent="1" style="rounded=0;whiteSpace=wrap;html=1;align=center;fillColor=#fff2cc;strokeColor=#d6b656;" value="&lt;div style=&quot;&quot;&gt;&lt;font color=&quot;#dce9f9&quot; face=&quot;aktiv-grotesk, sans-serif&quot;&gt;&lt;span style=&quot;font-size: 14px; background-color: rgb(32, 36, 38);&quot;&gt;&lt;b&gt;Facade Pattern&lt;/b&gt;&lt;/span&gt;&lt;/font&gt;&lt;/div&gt;" vertex="1">
+           <mxGeometry height="65.46" width="120" x="330" y="270.72999999999996" as="geometry" />
        </mxCell>
        <mxCell id="nrL1aRvaP8A3k5mvhdIb-30" edge="1" parent="1" source="nrL1aRvaP8A3k5mvhdIb-25" style="edgeStyle=orthogonalEdgeStyle;rounded=0;orthogonalLoop=1;jettySize=auto;html=1;exitX=1;exitY=0.5;exitDx=0;exitDy=0;entryX=0;entryY=0.5;entryDx=0;entryDy=0;" target="hUDn5ZNKDxH-Q9J3WyCt-3">
          <mxGeometry relative="1" as="geometry" />
        </mxCell>
-         <mxCell id="nrL1aRvaP8A3k5mvhdIb-25" parent="1" style="rounded=0;whiteSpace=wrap;html=1;align=center;fillColor=#fff2cc;strokeColor=#d6b656;" value="&lt;div style=&quot;&quot;&gt;&lt;font color=&quot;#dce9f9&quot; face=&quot;aktiv-grotesk, sans-serif&quot;&gt;&lt;span style=&quot;font-size: 14px; background-color: rgb(32, 36, 38);&quot;&gt;&lt;b&gt;API&lt;/b&gt;&lt;/span&gt;&lt;/font&gt;&lt;/div&gt;" vertex="1">
-           <mxGeometry height="65.46" width="120" x="850" y="262.99" as="geometry" />
+         <mxCell id="nrL1aRvaP8A3k5mvhdIb-25" parent="1" style="rounded=0;whiteSpace=wrap;html=1;align=center;fillColor=#fff2cc;strokeColor=#d6b656;" value="Database Operations" vertex="1">
+           <mxGeometry height="65.46" width="120" x="1040" y="262.27" as="geometry" />
        </mxCell>
        <mxCell id="bphd-XHS044pXj_6YrF3-1" parent="1" style="rounded=0;whiteSpace=wrap;html=1;align=center;fillColor=#fff2cc;strokeColor=#d6b656;" value="&lt;div style=&quot;&quot;&gt;&lt;font color=&quot;#1d2836&quot; face=&quot;aktiv-grotesk, sans-serif&quot;&gt;&lt;span style=&quot;font-size: 14px; background-color: rgb(203, 207, 209);&quot;&gt;&lt;b&gt;Place&lt;/b&gt;&lt;/span&gt;&lt;/font&gt;&lt;/div&gt;&lt;div style=&quot;&quot;&gt;&lt;font color=&quot;#c4cdd9&quot; face=&quot;aktiv-grotesk, sans-serif&quot;&gt;&lt;span style=&quot;font-size: 14px; background-color: rgb(56, 60, 62);&quot;&gt;&lt;b&gt;User&lt;/b&gt;&lt;/span&gt;&lt;/font&gt;&lt;/div&gt;&lt;div style=&quot;&quot;&gt;&lt;font color=&quot;#c4cdd9&quot; face=&quot;aktiv-grotesk, sans-serif&quot;&gt;&lt;span style=&quot;font-size: 14px; background-color: rgb(56, 60, 62);&quot;&gt;&lt;b&gt;Rating (stars)&lt;/b&gt;&lt;/span&gt;&lt;/font&gt;&lt;/div&gt;&lt;div style=&quot;&quot;&gt;&lt;font color=&quot;#c4cdd9&quot; face=&quot;aktiv-grotesk, sans-serif&quot;&gt;&lt;span style=&quot;font-size: 14px; background-color: rgb(56, 60, 62);&quot;&gt;&lt;b&gt;Comment&lt;/b&gt;&lt;/span&gt;&lt;/font&gt;&lt;/div&gt;" vertex="1">
          <mxGeometry height="100" width="140" x="150" y="1090" as="geometry" />
        </mxCell>
        <mxCell id="IQe30unK_AcWwb2UXMVU-4" edge="1" parent="1" source="IQe30unK_AcWwb2UXMVU-1" style="edgeStyle=orthogonalEdgeStyle;rounded=0;orthogonalLoop=1;jettySize=auto;html=1;" target="IQe30unK_AcWwb2UXMVU-3" value="">
          <mxGeometry relative="1" as="geometry" />
        </mxCell>
        <mxCell id="bphd-XHS044pXj_6YrF3-4" parent="1" style="swimlane;fontStyle=1;align=center;verticalAlign=top;childLayout=stackLayout;horizontal=1;startSize=26;horizontalStack=0;resizeParent=1;resizeParentMax=0;resizeLast=0;collapsible=1;marginBottom=0;whiteSpace=wrap;html=1;" value="Create_User" vertex="1">
          <mxGeometry height="250" width="160" x="1350" y="865.46" as="geometry" />
        </mxCell>
        <mxCell id="bphd-XHS044pXj_6YrF3-5" parent="bphd-XHS044pXj_6YrF3-4" style="text;strokeColor=none;fillColor=none;align=left;verticalAlign=top;spacingLeft=4;spacingRight=4;overflow=hidden;rotatable=0;points=[[0,0.5],[1,0.5]];portConstraint=eastwest;whiteSpace=wrap;html=1;" value="first_name: string&lt;div&gt;&lt;br&gt;&lt;/div&gt;" vertex="1">
          <mxGeometry height="24" width="160" y="26" as="geometry" />
        </mxCell>
        <mxCell id="bphd-XHS044pXj_6YrF3-6" parent="bphd-XHS044pXj_6YrF3-4" style="line;strokeWidth=1;fillColor=none;align=left;verticalAlign=middle;spacingTop=-1;spacingLeft=3;spacingRight=3;rotatable=0;labelPosition=right;points=[];portConstraint=eastwest;strokeColor=inherit;" value="" vertex="1">
          <mxGeometry height="8" width="160" y="50" as="geometry" />
        </mxCell>
        <mxCell id="1CZEDAOxRYAH5AQD7Mqk-3" parent="bphd-XHS044pXj_6YrF3-4" style="text;strokeColor=none;fillColor=none;align=left;verticalAlign=top;spacingLeft=4;spacingRight=4;overflow=hidden;rotatable=0;points=[[0,0.5],[1,0.5]];portConstraint=eastwest;whiteSpace=wrap;html=1;" value="&lt;div&gt;last_name: string&lt;/div&gt;" vertex="1">
          <mxGeometry height="22" width="160" y="58" as="geometry" />
        </mxCell>
        <mxCell id="1CZEDAOxRYAH5AQD7Mqk-4" parent="bphd-XHS044pXj_6YrF3-4" style="line;strokeWidth=1;fillColor=none;align=left;verticalAlign=middle;spacingTop=-1;spacingLeft=3;spacingRight=3;rotatable=0;labelPosition=right;points=[];portConstraint=eastwest;strokeColor=inherit;" value="" vertex="1">
          <mxGeometry height="8" width="160" y="80" as="geometry" />
        </mxCell>
        <mxCell id="1CZEDAOxRYAH5AQD7Mqk-5" parent="bphd-XHS044pXj_6YrF3-4" style="text;strokeColor=none;fillColor=none;align=left;verticalAlign=top;spacingLeft=4;spacingRight=4;overflow=hidden;rotatable=0;points=[[0,0.5],[1,0.5]];portConstraint=eastwest;whiteSpace=wrap;html=1;" value="&lt;div&gt;email: string&lt;/div&gt;" vertex="1">
          <mxGeometry height="22" width="160" y="88" as="geometry" />
        </mxCell>
        <mxCell id="1CZEDAOxRYAH5AQD7Mqk-7" parent="bphd-XHS044pXj_6YrF3-4" style="line;strokeWidth=1;fillColor=none;align=left;verticalAlign=middle;spacingTop=-1;spacingLeft=3;spacingRight=3;rotatable=0;labelPosition=right;points=[];portConstraint=eastwest;strokeColor=inherit;" value="" vertex="1">
          <mxGeometry height="8" width="160" y="110" as="geometry" />
        </mxCell>
        <mxCell id="1CZEDAOxRYAH5AQD7Mqk-6" parent="bphd-XHS044pXj_6YrF3-4" style="text;strokeColor=none;fillColor=none;align=left;verticalAlign=top;spacingLeft=4;spacingRight=4;overflow=hidden;rotatable=0;points=[[0,0.5],[1,0.5]];portConstraint=eastwest;whiteSpace=wrap;html=1;" value="&lt;div&gt;password: string&lt;/div&gt;" vertex="1">
          <mxGeometry height="22" width="160" y="118" as="geometry" />
        </mxCell>
        <mxCell id="1CZEDAOxRYAH5AQD7Mqk-8" parent="bphd-XHS044pXj_6YrF3-4" style="line;strokeWidth=1;fillColor=none;align=left;verticalAlign=middle;spacingTop=-1;spacingLeft=3;spacingRight=3;rotatable=0;labelPosition=right;points=[];portConstraint=eastwest;strokeColor=inherit;" value="" vertex="1">
          <mxGeometry height="8" width="160" y="140" as="geometry" />
        </mxCell>
        <mxCell id="aWwyGlZGmxZRMDZtTTIC-2" parent="bphd-XHS044pXj_6YrF3-4" style="text;strokeColor=none;fillColor=none;align=left;verticalAlign=top;spacingLeft=4;spacingRight=4;overflow=hidden;rotatable=0;points=[[0,0.5],[1,0.5]];portConstraint=eastwest;whiteSpace=wrap;html=1;" value="&lt;div&gt;is_admin: boolean&lt;/div&gt;" vertex="1">
          <mxGeometry height="22" width="160" y="148" as="geometry" />
        </mxCell>
        <mxCell id="aWwyGlZGmxZRMDZtTTIC-3" parent="bphd-XHS044pXj_6YrF3-4" style="line;strokeWidth=1;fillColor=none;align=left;verticalAlign=middle;spacingTop=-1;spacingLeft=3;spacingRight=3;rotatable=0;labelPosition=right;points=[];portConstraint=eastwest;strokeColor=inherit;" value="" vertex="1">
          <mxGeometry height="8" width="160" y="170" as="geometry" />
        </mxCell>
        <mxCell id="bphd-XHS044pXj_6YrF3-7" parent="bphd-XHS044pXj_6YrF3-4" style="text;strokeColor=none;fillColor=none;align=left;verticalAlign=top;spacingLeft=4;spacingRight=4;overflow=hidden;rotatable=0;points=[[0,0.5],[1,0.5]];portConstraint=eastwest;whiteSpace=wrap;html=1;" value="+ __init__()&lt;div&gt;+ user_id()&lt;/div&gt;&lt;div&gt;+ date_time()&lt;/div&gt;" vertex="1">
          <mxGeometry height="72" width="160" y="178" as="geometry" />
        </mxCell>
        <mxCell id="IQe30unK_AcWwb2UXMVU-5" edge="1" parent="1" source="IQe30unK_AcWwb2UXMVU-1" style="edgeStyle=orthogonalEdgeStyle;rounded=0;orthogonalLoop=1;jettySize=auto;html=1;" target="IQe30unK_AcWwb2UXMVU-3" value="">
          <mxGeometry relative="1" as="geometry" />
        </mxCell>
        <mxCell id="IQe30unK_AcWwb2UXMVU-7" edge="1" parent="1" source="IQe30unK_AcWwb2UXMVU-1" style="edgeStyle=orthogonalEdgeStyle;rounded=0;orthogonalLoop=1;jettySize=auto;html=1;" target="IQe30unK_AcWwb2UXMVU-6" value="">
          <mxGeometry relative="1" as="geometry" />
        </mxCell>
        <mxCell id="IQe30unK_AcWwb2UXMVU-1" parent="1" style="whiteSpace=wrap;html=1;rounded=0;" value="User" vertex="1">
          <mxGeometry height="60" width="120" x="595" y="391.9150000000001" as="geometry" />
        </mxCell>
        <mxCell id="IQe30unK_AcWwb2UXMVU-3" parent="1" style="whiteSpace=wrap;html=1;rounded=0;" value="Reviews" vertex="1">
          <mxGeometry height="60" width="120" x="540" y="509.3750000000001" as="geometry" />
        </mxCell>
        <mxCell id="IQe30unK_AcWwb2UXMVU-6" parent="1" style="whiteSpace=wrap;html=1;rounded=0;" value="Viewing Amenities" vertex="1">
          <mxGeometry height="60" width="120" x="675" y="509.37500000000006" as="geometry" />
        </mxCell>
        <mxCell id="bphd-XHS044pXj_6YrF3-12" edge="1" parent="1" source="bphd-XHS044pXj_6YrF3-9" style="edgeStyle=orthogonalEdgeStyle;rounded=0;orthogonalLoop=1;jettySize=auto;html=1;exitX=1;exitY=0.75;exitDx=0;exitDy=0;entryX=0.5;entryY=0;entryDx=0;entryDy=0;" target="bphd-XHS044pXj_6YrF3-11">
          <mxGeometry relative="1" as="geometry" />
        </mxCell>
        <mxCell id="bphd-XHS044pXj_6YrF3-9" parent="1" style="rounded=0;whiteSpace=wrap;html=1;align=center;fillColor=#fff2cc;strokeColor=#d6b656;" value="&lt;div style=&quot;&quot;&gt;&lt;font color=&quot;#dce9f9&quot; face=&quot;aktiv-grotesk, sans-serif&quot;&gt;&lt;span style=&quot;font-size: 14px; background-color: rgb(32, 36, 38);&quot;&gt;&lt;b&gt;Amenities&lt;/b&gt;&lt;/span&gt;&lt;/font&gt;&lt;/div&gt;" vertex="1">
          <mxGeometry height="65.46" width="120" x="440" y="800" as="geometry" />
        </mxCell>
        <mxCell id="bphd-XHS044pXj_6YrF3-11" parent="1" style="rounded=0;whiteSpace=wrap;html=1;align=center;fillColor=#fff2cc;strokeColor=#d6b656;" value="&lt;div style=&quot;&quot;&gt;&lt;font color=&quot;#1d2836&quot; face=&quot;aktiv-grotesk, sans-serif&quot;&gt;&lt;span style=&quot;font-size: 14px; background-color: rgb(203, 207, 209);&quot;&gt;&lt;b&gt;Name&lt;/b&gt;&lt;/span&gt;&lt;/font&gt;&lt;/div&gt;&lt;div style=&quot;&quot;&gt;&lt;font color=&quot;#1d2836&quot; face=&quot;aktiv-grotesk, sans-serif&quot;&gt;&lt;span style=&quot;font-size: 14px; background-color: rgb(203, 207, 209);&quot;&gt;&lt;b&gt;Description&lt;/b&gt;&lt;/span&gt;&lt;/font&gt;&lt;/div&gt;" vertex="1">
          <mxGeometry height="65.46" width="120" x="560" y="930" as="geometry" />
        </mxCell>
        <mxCell id="bphd-XHS044pXj_6YrF3-17" parent="1" style="shape=folder;fontStyle=1;spacingTop=10;tabWidth=40;tabHeight=14;tabPosition=left;html=1;whiteSpace=wrap;" value="Presentation Layer" vertex="1">
          <mxGeometry height="310" width="620" x="120" y="1690" as="geometry" />
        </mxCell>
        <mxCell id="bphd-XHS044pXj_6YrF3-19" parent="1" style="shape=folder;fontStyle=1;spacingTop=10;tabWidth=160;tabHeight=50;tabPosition=left;html=1;whiteSpace=wrap;" value="Business Layer" vertex="1">
          <mxGeometry height="310" width="620" x="270" y="2060" as="geometry" />
        </mxCell>
        <mxCell id="5oGTE3Xe48jpl4K919ed-21" edge="1" parent="1" source="bphd-XHS044pXj_6YrF3-20" style="edgeStyle=orthogonalEdgeStyle;rounded=0;orthogonalLoop=1;jettySize=auto;html=1;exitX=0.25;exitY=1;exitDx=0;exitDy=0;exitPerimeter=0;dashed=1;" target="5oGTE3Xe48jpl4K919ed-22">
          <mxGeometry relative="1" as="geometry">
            <mxPoint x="473.6923076923076" y="2640" as="targetPoint" />
          </mxGeometry>
        </mxCell>
        <mxCell id="5oGTE3Xe48jpl4K919ed-23" edge="1" parent="1" source="bphd-XHS044pXj_6YrF3-20" style="edgeStyle=orthogonalEdgeStyle;rounded=0;orthogonalLoop=1;jettySize=auto;html=1;exitX=0.75;exitY=1;exitDx=0;exitDy=0;exitPerimeter=0;dashed=1;" target="5oGTE3Xe48jpl4K919ed-24">
          <mxGeometry relative="1" as="geometry">
            <mxPoint x="721.3846153846152" y="2650" as="targetPoint" />
          </mxGeometry>
        </mxCell>
        <mxCell id="bphd-XHS044pXj_6YrF3-20" parent="1" style="shape=folder;fontStyle=1;spacingTop=10;tabWidth=40;tabHeight=14;tabPosition=left;html=1;whiteSpace=wrap;" value="Persistence Layer" vertex="1">
          <mxGeometry height="150" width="495" x="350" y="2430" as="geometry" />
        </mxCell>
        <mxCell id="bphd-XHS044pXj_6YrF3-21" parent="1" style="shape=folder;fontStyle=1;spacingTop=10;tabWidth=40;tabHeight=14;tabPosition=left;html=1;whiteSpace=wrap;" value="Presentation Logic" vertex="1">
          <mxGeometry height="155" width="190" x="525" y="1730" as="geometry" />
        </mxCell>
        <mxCell id="bphd-XHS044pXj_6YrF3-24" parent="1" style="shape=folder;fontStyle=1;spacingTop=10;tabWidth=40;tabHeight=14;tabPosition=left;html=1;whiteSpace=wrap;" value="User Interface" vertex="1">
          <mxGeometry height="155" width="190" x="160" y="1730" as="geometry" />
        </mxCell>
        <mxCell id="5oGTE3Xe48jpl4K919ed-3" edge="1" parent="1" source="5oGTE3Xe48jpl4K919ed-1" style="edgeStyle=orthogonalEdgeStyle;rounded=0;orthogonalLoop=1;jettySize=auto;html=1;exitX=0.5;exitY=1;exitDx=0;exitDy=0;exitPerimeter=0;entryX=0;entryY=0;entryDx=330;entryDy=14;entryPerimeter=0;dashed=1;" target="bphd-XHS044pXj_6YrF3-17">
          <mxGeometry relative="1" as="geometry" />
        </mxCell>
        <mxCell id="5oGTE3Xe48jpl4K919ed-1" parent="1" style="shape=folder;fontStyle=1;spacingTop=10;tabWidth=40;tabHeight=14;tabPosition=left;html=1;whiteSpace=wrap;" value="Users" vertex="1">
          <mxGeometry height="60" width="130" x="380" y="1580" as="geometry" />
        </mxCell>
        <mxCell id="5oGTE3Xe48jpl4K919ed-5" edge="1" parent="1" source="bphd-XHS044pXj_6YrF3-17" style="edgeStyle=orthogonalEdgeStyle;rounded=0;orthogonalLoop=1;jettySize=auto;html=1;exitX=0.5;exitY=1;exitDx=0;exitDy=0;exitPerimeter=0;entryX=0;entryY=0;entryDx=390;entryDy=50;entryPerimeter=0;dashed=1;" target="bphd-XHS044pXj_6YrF3-19">
          <mxGeometry relative="1" as="geometry" />
        </mxCell>
        <mxCell id="5oGTE3Xe48jpl4K919ed-6" edge="1" parent="1" source="bphd-XHS044pXj_6YrF3-19" style="edgeStyle=orthogonalEdgeStyle;rounded=0;orthogonalLoop=1;jettySize=auto;html=1;exitX=0.5;exitY=1;exitDx=0;exitDy=0;exitPerimeter=0;entryX=0.505;entryY=0.067;entryDx=0;entryDy=0;entryPerimeter=0;dashed=1;" target="bphd-XHS044pXj_6YrF3-20">
          <mxGeometry relative="1" as="geometry" />
        </mxCell>
        <mxCell id="5oGTE3Xe48jpl4K919ed-9" parent="1" style="shape=folder;fontStyle=1;spacingTop=10;tabWidth=40;tabHeight=14;tabPosition=left;html=1;whiteSpace=wrap;" value="Application&lt;div&gt;Facade&lt;/div&gt;" vertex="1">
          <mxGeometry height="80" width="155" x="510" y="2120" as="geometry" />
        </mxCell>
        <mxCell id="5oGTE3Xe48jpl4K919ed-10" parent="1" style="shape=folder;fontStyle=1;spacingTop=10;tabWidth=40;tabHeight=14;tabPosition=left;html=1;whiteSpace=wrap;" value="Business&lt;div&gt;Entities&lt;/div&gt;" vertex="1">
          <mxGeometry height="50" width="140" x="710" y="2300" as="geometry" />
        </mxCell>
        <mxCell id="5oGTE3Xe48jpl4K919ed-11" edge="1" parent="1" source="5oGTE3Xe48jpl4K919ed-9" style="edgeStyle=orthogonalEdgeStyle;rounded=0;orthogonalLoop=1;jettySize=auto;html=1;exitX=0;exitY=0;exitDx=155;exitDy=52;exitPerimeter=0;entryX=0;entryY=0;entryDx=0;entryDy=32;entryPerimeter=0;" target="5oGTE3Xe48jpl4K919ed-10">
          <mxGeometry relative="1" as="geometry" />
        </mxCell>
        <mxCell id="5oGTE3Xe48jpl4K919ed-12" parent="1" style="shape=folder;fontStyle=1;spacingTop=10;tabWidth=40;tabHeight=14;tabPosition=left;html=1;whiteSpace=wrap;" value="Business&lt;div&gt;Workflow&lt;/div&gt;" vertex="1">
          <mxGeometry height="50" width="145" x="320" y="2290" as="geometry" />
        </mxCell>
        <mxCell id="5oGTE3Xe48jpl4K919ed-14" edge="1" parent="1" source="5oGTE3Xe48jpl4K919ed-9" style="edgeStyle=orthogonalEdgeStyle;rounded=0;orthogonalLoop=1;jettySize=auto;html=1;entryX=0;entryY=0;entryDx=40;entryDy=14;entryPerimeter=0;" target="5oGTE3Xe48jpl4K919ed-12">
          <mxGeometry relative="1" as="geometry" />
        </mxCell>
        <mxCell id="5oGTE3Xe48jpl4K919ed-15" parent="1" style="shape=folder;fontStyle=1;spacingTop=10;tabWidth=40;tabHeight=14;tabPosition=left;html=1;whiteSpace=wrap;" value="Business&lt;div&gt;Components&lt;/div&gt;" vertex="1">
          <mxGeometry height="50" width="125" x="525" y="2300" as="geometry" />
        </mxCell>
        <mxCell id="5oGTE3Xe48jpl4K919ed-18" edge="1" parent="1" source="5oGTE3Xe48jpl4K919ed-9" style="edgeStyle=orthogonalEdgeStyle;rounded=0;orthogonalLoop=1;jettySize=auto;html=1;exitX=0.5;exitY=1;exitDx=0;exitDy=0;exitPerimeter=0;entryX=0;entryY=0;entryDx=0;entryDy=32;entryPerimeter=0;" target="5oGTE3Xe48jpl4K919ed-15">
          <mxGeometry relative="1" as="geometry" />
        </mxCell>
        <mxCell id="5oGTE3Xe48jpl4K919ed-19" parent="1" style="shape=folder;fontStyle=1;spacingTop=10;tabWidth=40;tabHeight=14;tabPosition=left;html=1;whiteSpace=wrap;" value="Data Access" vertex="1">
          <mxGeometry height="50" width="70" x="410" y="2490" as="geometry" />
        </mxCell>
        <mxCell id="5oGTE3Xe48jpl4K919ed-20" parent="1" style="shape=folder;fontStyle=1;spacingTop=10;tabWidth=40;tabHeight=14;tabPosition=left;html=1;whiteSpace=wrap;" value="Service Agents" vertex="1">
          <mxGeometry height="50" width="70" x="715" y="2491" as="geometry" />
        </mxCell>
        <mxCell id="5oGTE3Xe48jpl4K919ed-22" parent="1" style="shape=folder;fontStyle=1;spacingTop=10;tabWidth=40;tabHeight=14;tabPosition=left;html=1;whiteSpace=wrap;" value="Data Sources" vertex="1">
          <mxGeometry height="50" width="70" x="440.0023076923076" y="2660" as="geometry" />
        </mxCell>
        <mxCell id="5oGTE3Xe48jpl4K919ed-24" parent="1" style="shape=folder;fontStyle=1;spacingTop=10;tabWidth=40;tabHeight=14;tabPosition=left;html=1;whiteSpace=wrap;" value="External&amp;nbsp;&lt;br&gt;Services" vertex="1">
          <mxGeometry height="50" width="70" x="687.5046153846152" y="2665" as="geometry" />
        </mxCell>
        <mxCell id="5oGTE3Xe48jpl4K919ed-25" parent="1" style="shape=folder;fontStyle=1;spacingTop=10;tabWidth=40;tabHeight=14;tabPosition=left;html=1;whiteSpace=wrap;" value="Cross Cutting" vertex="1">
          <mxGeometry height="690" width="320" x="1060" y="1850" as="geometry" />
        </mxCell>
        <mxCell id="5oGTE3Xe48jpl4K919ed-26" parent="1" style="shape=folder;fontStyle=1;spacingTop=10;tabWidth=40;tabHeight=14;tabPosition=left;html=1;whiteSpace=wrap;" value="Security" vertex="1">
          <mxGeometry height="79" width="120" x="1155" y="1960" as="geometry" />
        </mxCell>
        <mxCell id="5oGTE3Xe48jpl4K919ed-27" parent="1" style="shape=folder;fontStyle=1;spacingTop=10;tabWidth=40;tabHeight=14;tabPosition=left;html=1;whiteSpace=wrap;" value="Operational Management" vertex="1">
          <mxGeometry height="80" width="142.5" x="1148.75" y="2100" as="geometry" />
        </mxCell>
        <mxCell id="5oGTE3Xe48jpl4K919ed-28" parent="1" style="shape=folder;fontStyle=1;spacingTop=10;tabWidth=40;tabHeight=14;tabPosition=left;html=1;whiteSpace=wrap;" value="Communication" vertex="1">
          <mxGeometry height="100" width="147.5" x="1146.25" y="2260" as="geometry" />
        </mxCell>
        <mxCell id="5oGTE3Xe48jpl4K919ed-29" edge="1" parent="1" source="bphd-XHS044pXj_6YrF3-20" style="edgeStyle=orthogonalEdgeStyle;rounded=0;orthogonalLoop=1;jettySize=auto;html=1;exitX=0;exitY=0;exitDx=495;exitDy=82;exitPerimeter=0;entryX=0;entryY=0;entryDx=0;entryDy=521;entryPerimeter=0;dashed=1;" target="5oGTE3Xe48jpl4K919ed-25">
          <mxGeometry relative="1" as="geometry" />
        </mxCell>
        <mxCell id="5oGTE3Xe48jpl4K919ed-30" edge="1" parent="1" source="bphd-XHS044pXj_6YrF3-19" style="edgeStyle=orthogonalEdgeStyle;rounded=0;orthogonalLoop=1;jettySize=auto;html=1;exitX=0;exitY=0;exitDx=620;exitDy=180;exitPerimeter=0;entryX=0.006;entryY=0.499;entryDx=0;entryDy=0;entryPerimeter=0;dashed=1;" target="5oGTE3Xe48jpl4K919ed-25">
          <mxGeometry relative="1" as="geometry" />
        </mxCell>
        <mxCell id="5oGTE3Xe48jpl4K919ed-31" edge="1" parent="1" source="bphd-XHS044pXj_6YrF3-17" style="edgeStyle=orthogonalEdgeStyle;rounded=0;orthogonalLoop=1;jettySize=auto;html=1;exitX=0;exitY=0;exitDx=620;exitDy=236;exitPerimeter=0;entryX=0;entryY=0;entryDx=0;entryDy=183;entryPerimeter=0;dashed=1;" target="5oGTE3Xe48jpl4K919ed-25">
          <mxGeometry relative="1" as="geometry" />
        </mxCell>
        <mxCell id="Xk1fa7zEFvqhqLaLLcKz-10" edge="1" parent="1" source="Xk1fa7zEFvqhqLaLLcKz-18" style="edgeStyle=orthogonalEdgeStyle;rounded=0;orthogonalLoop=1;jettySize=auto;html=1;exitX=0.5;exitY=1;exitDx=0;exitDy=0;entryX=0.5;entryY=0;entryDx=0;entryDy=0;" target="Xk1fa7zEFvqhqLaLLcKz-7">
          <mxGeometry relative="1" as="geometry" />
        </mxCell>
        <mxCell id="Xk1fa7zEFvqhqLaLLcKz-6" parent="1" style="verticalAlign=top;align=left;overflow=fill;html=1;whiteSpace=wrap;" value="&lt;p style=&quot;margin:0px;margin-top:4px;text-align:center;&quot;&gt;&lt;i&gt;&amp;lt;&amp;lt;Interface&amp;gt;&amp;gt;&lt;/i&gt;&lt;br&gt;&lt;/p&gt;&lt;p style=&quot;margin:0px;margin-left:4px;&quot;&gt;&lt;span style=&quot;background-color: transparent; font-family: Menlo, Monaco, Consolas, &amp;quot;Courier New&amp;quot;, monospace; font-size: inherit; white-space: pre-wrap; color: rgb(220, 233, 249); --dm-inline-bgcolor: transparent;&quot; data-dm-inline-bgcolor=&quot;&quot;&gt;Presentation Layer&lt;/span&gt;&lt;/p&gt;&lt;p style=&quot;margin:0px;margin-left:4px;&quot;&gt;&amp;nbsp;+ServiceAPI&lt;br&gt;+ClientInterface&lt;/p&gt;" vertex="1">
          <mxGeometry height="60" width="190" x="950" y="820" as="geometry" />
        </mxCell>
        <mxCell id="Xk1fa7zEFvqhqLaLLcKz-12" edge="1" parent="1" source="Xk1fa7zEFvqhqLaLLcKz-20" style="edgeStyle=orthogonalEdgeStyle;rounded=0;orthogonalLoop=1;jettySize=auto;html=1;exitX=0.5;exitY=1;exitDx=0;exitDy=0;" target="Xk1fa7zEFvqhqLaLLcKz-11">
          <mxGeometry relative="1" as="geometry" />
        </mxCell>
        <mxCell id="Xk1fa7zEFvqhqLaLLcKz-7" parent="1" style="html=1;whiteSpace=wrap;" value="&lt;pre style=&quot;box-sizing: border-box; overflow: auto; font-family: Menlo, Monaco, Consolas, &amp;quot;Courier New&amp;quot;, monospace; font-size: 13px; margin: 0px 0px 10px; line-height: 1.42857; color: rgb(220, 233, 249); word-break: break-all; overflow-wrap: break-word; border: 1px solid rgb(114, 105, 91); scrollbar-color: rgb(95, 99, 104) rgb(49, 54, 60); text-align: start; background-color: rgb(32, 36, 38); padding: 10px !important; border-radius: 4px !important;&quot;&gt;&lt;code class=&quot;mermaid language-mermaid&quot; style=&quot;box-sizing: border-box; font-family: Menlo, Monaco, Consolas, &amp;quot;Courier New&amp;quot;, monospace; font-size: inherit; padding: 0px; border-radius: 0px; white-space: pre-wrap; scrollbar-color: rgb(95, 99, 104) rgb(49, 54, 60); background-color: transparent !important; --dm-inline-bgcolor: transparent;&quot; data-dm-inline-bgcolor=&quot;&quot;&gt;Business Logic Layer&lt;br&gt;+&lt;/code&gt;ModelClasses&lt;br&gt;+User&lt;br&gt;+Review&lt;br&gt;+Amenities&lt;br&gt;+Place&lt;br&gt;+BookingService&lt;br&gt;+Comments&lt;/pre&gt;" vertex="1">
          <mxGeometry height="190" width="254" x="918" y="980" as="geometry" />
        </mxCell>
        <mxCell id="Xk1fa7zEFvqhqLaLLcKz-11" parent="1" style="html=1;whiteSpace=wrap;" value="&lt;pre style=&quot;box-sizing: border-box; overflow: auto; font-family: Menlo, Monaco, Consolas, &amp;quot;Courier New&amp;quot;, monospace; font-size: 13px; margin: 0px 0px 10px; line-height: 1.42857; color: rgb(220, 233, 249); word-break: break-all; overflow-wrap: break-word; border: 1px solid rgb(114, 105, 91); scrollbar-color: rgb(95, 99, 104) rgb(49, 54, 60); text-align: start; background-color: rgb(32, 36, 38); padding: 10px !important; border-radius: 4px !important;&quot;&gt;&lt;code class=&quot;mermaid language-mermaid&quot; style=&quot;box-sizing: border-box; font-family: Menlo, Monaco, Consolas, &amp;quot;Courier New&amp;quot;, monospace; font-size: inherit; padding: 0px; border-radius: 0px; white-space: pre-wrap; scrollbar-color: rgb(95, 99, 104) rgb(49, 54, 60); background-color: transparent !important; --dm-inline-bgcolor: transparent;&quot; data-dm-inline-bgcolor=&quot;&quot;&gt;Persistence Layer&lt;br&gt;&lt;pre style=&quot;box-sizing: border-box; overflow: auto; font-family: Menlo, Monaco, Consolas, &amp;quot;Courier New&amp;quot;, monospace; margin: 0px 0px 10px; line-height: 1.42857; color: rgb(220, 233, 249); word-break: break-all; overflow-wrap: break-word; border: 1px solid rgb(114, 105, 91); scrollbar-color: rgb(95, 99, 104) rgb(49, 54, 60); background-color: rgb(32, 36, 38); padding: 10px !important; border-radius: 4px !important;&quot;&gt;&lt;code class=&quot;mermaid language-mermaid&quot; style=&quot;box-sizing: border-box; font-family: Menlo, Monaco, Consolas, &amp;quot;Courier New&amp;quot;, monospace; font-size: inherit; padding: 0px; border-radius: 0px; white-space: pre-wrap; scrollbar-color: rgb(95, 99, 104) rgb(49, 54, 60); background-color: transparent !important; --dm-inline-bgcolor: transparent;&quot; data-dm-inline-bgcolor=&quot;&quot;&gt;+DatabaseAccess&lt;br&gt;+FileStorage&lt;br&gt;+DataPerisistence&lt;/code&gt;&lt;/pre&gt;&lt;/code&gt;&lt;/pre&gt;" vertex="1">
          <mxGeometry height="130" width="310" x="887" y="1280" as="geometry" />
        </mxCell>
        <mxCell id="Xk1fa7zEFvqhqLaLLcKz-17" edge="1" parent="1" source="Xk1fa7zEFvqhqLaLLcKz-6" style="edgeStyle=orthogonalEdgeStyle;rounded=0;orthogonalLoop=1;jettySize=auto;html=1;exitX=0.5;exitY=1;exitDx=0;exitDy=0;entryX=0.5;entryY=0;entryDx=0;entryDy=0;" target="Xk1fa7zEFvqhqLaLLcKz-18" value="">
          <mxGeometry relative="1" as="geometry">
            <mxPoint x="1045" y="880" as="sourcePoint" />
            <mxPoint x="1045" y="980" as="targetPoint" />
          </mxGeometry>
        </mxCell>
        <mxCell id="Xk1fa7zEFvqhqLaLLcKz-18" parent="1" style="html=1;whiteSpace=wrap;" value="&lt;pre style=&quot;box-sizing: border-box; overflow: auto; font-family: Menlo, Monaco, Consolas, &amp;quot;Courier New&amp;quot;, monospace; font-size: 13px; margin: 0px 0px 10px; line-height: 1.42857; color: rgb(220, 233, 249); word-break: break-all; overflow-wrap: break-word; border-width: 1px; border-style: solid; border-image: initial; scrollbar-color: rgb(95, 99, 104) rgb(49, 54, 60); text-align: start; padding: 10px !important; background-color: rgb(32, 36, 38) !important; border-color: rgb(114, 105, 91) !important; border-radius: 4px !important;&quot;&gt;&lt;code class=&quot;mermaid language-mermaid&quot; style=&quot;box-sizing: border-box; font-family: Menlo, Monaco, Consolas, &amp;quot;Courier New&amp;quot;, monospace; font-size: inherit; padding: 0px; border-radius: 0px; white-space: pre-wrap; scrollbar-color: rgb(95, 99, 104) rgb(49, 54, 60); background-color: transparent !important;&quot;&gt;Facade Pattern&lt;/code&gt;&lt;/pre&gt;" vertex="1">
          <mxGeometry height="55" width="260" x="912" y="900" as="geometry" />
        </mxCell>
        <mxCell id="Xk1fa7zEFvqhqLaLLcKz-19" edge="1" parent="1" source="Xk1fa7zEFvqhqLaLLcKz-7" style="edgeStyle=orthogonalEdgeStyle;rounded=0;orthogonalLoop=1;jettySize=auto;html=1;exitX=0.5;exitY=1;exitDx=0;exitDy=0;" target="Xk1fa7zEFvqhqLaLLcKz-20" value="">
          <mxGeometry relative="1" as="geometry">
            <mxPoint x="1045" y="1170" as="sourcePoint" />
            <mxPoint x="1045" y="1240" as="targetPoint" />
          </mxGeometry>
        </mxCell>
        <mxCell id="Xk1fa7zEFvqhqLaLLcKz-20" parent="1" style="html=1;whiteSpace=wrap;" value="&lt;pre style=&quot;box-sizing: border-box; overflow: auto; font-family: Menlo, Monaco, Consolas, &amp;quot;Courier New&amp;quot;, monospace; font-size: 13px; margin: 0px 0px 10px; line-height: 1.42857; color: rgb(220, 233, 249); word-break: break-all; overflow-wrap: break-word; border-width: 1px; border-style: solid; border-image: initial; scrollbar-color: rgb(95, 99, 104) rgb(49, 54, 60); text-align: start; padding: 10px !important; background-color: rgb(32, 36, 38) !important; border-color: rgb(114, 105, 91) !important; border-radius: 4px !important;&quot;&gt;&lt;code class=&quot;mermaid language-mermaid&quot; style=&quot;box-sizing: border-box; font-family: Menlo, Monaco, Consolas, &amp;quot;Courier New&amp;quot;, monospace; font-size: inherit; padding: 0px; border-radius: 0px; white-space: pre-wrap; scrollbar-color: rgb(95, 99, 104) rgb(49, 54, 60); background-color: transparent !important;&quot;&gt;Database Operations&lt;/code&gt;&lt;/pre&gt;" vertex="1">
          <mxGeometry height="50" width="250" x="922" y="1190" as="geometry" />
        </mxCell>
        <mxCell id="aWwyGlZGmxZRMDZtTTIC-4" parent="1" style="rounded=0;whiteSpace=wrap;html=1;align=center;fillColor=#fff2cc;strokeColor=#d6b656;" value="Admin page" vertex="1">
          <mxGeometry height="65.46" width="120" x="330" y="500" as="geometry" />
        </mxCell>
        <mxCell id="lqWkxY9uZ9eT4ogvRrYx-4" edge="1" parent="1" source="lqWkxY9uZ9eT4ogvRrYx-2" style="edgeStyle=orthogonalEdgeStyle;rounded=0;orthogonalLoop=1;jettySize=auto;html=1;exitX=0.5;exitY=1;exitDx=0;exitDy=0;entryX=0.5;entryY=0;entryDx=0;entryDy=0;" target="knfjWByLyRWuwcYY4K55-9">
          <mxGeometry relative="1" as="geometry">
            <mxPoint x="1450" y="490" as="targetPoint" />
          </mxGeometry>
        </mxCell>
        <mxCell id="lqWkxY9uZ9eT4ogvRrYx-2" parent="1" style="rounded=0;whiteSpace=wrap;html=1;align=center;fillColor=#fff2cc;strokeColor=#d6b656;" value="&lt;div style=&quot;&quot;&gt;&lt;font color=&quot;#dce9f9&quot; face=&quot;aktiv-grotesk, sans-serif&quot;&gt;&lt;span style=&quot;font-size: 14px; background-color: rgb(32, 36, 38);&quot;&gt;&lt;b&gt;Checking for access right&lt;/b&gt;&lt;/span&gt;&lt;/font&gt;&lt;/div&gt;" vertex="1">
          <mxGeometry height="65.46" width="120" x="1415" y="370" as="geometry" />
        </mxCell>
      </root>
    </mxGraphModel>
  </diagram>
</mxfile>
